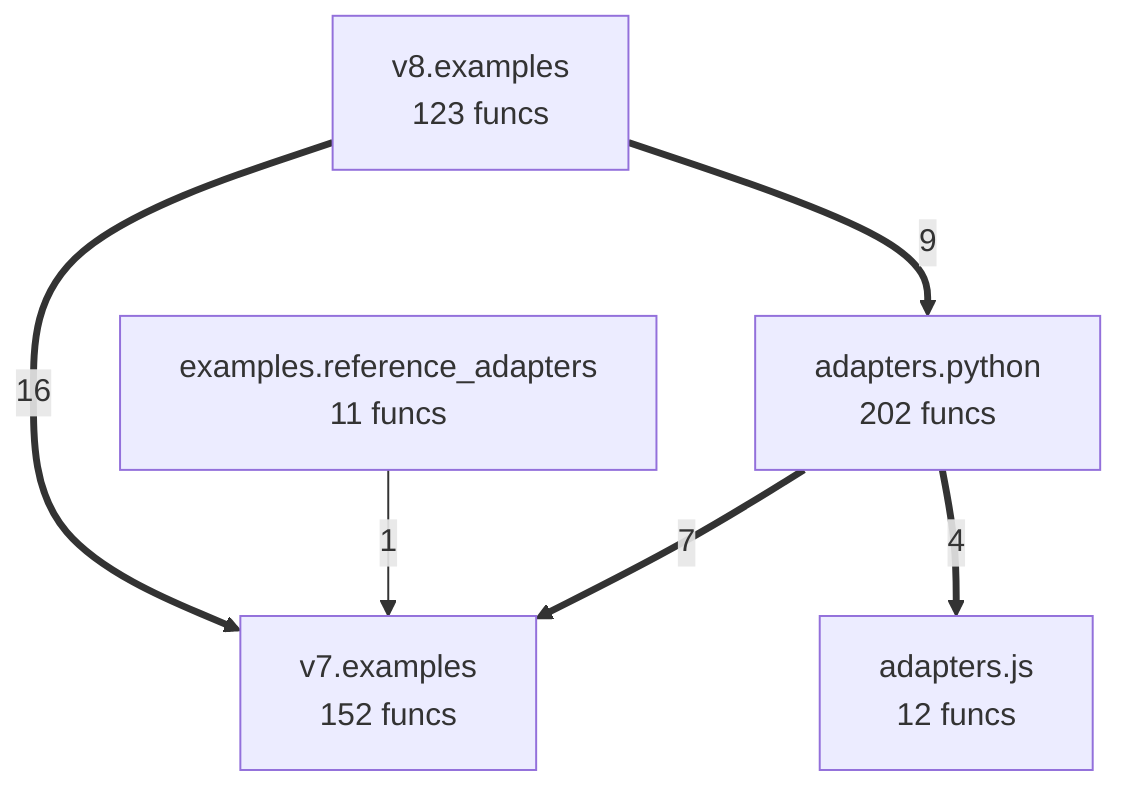
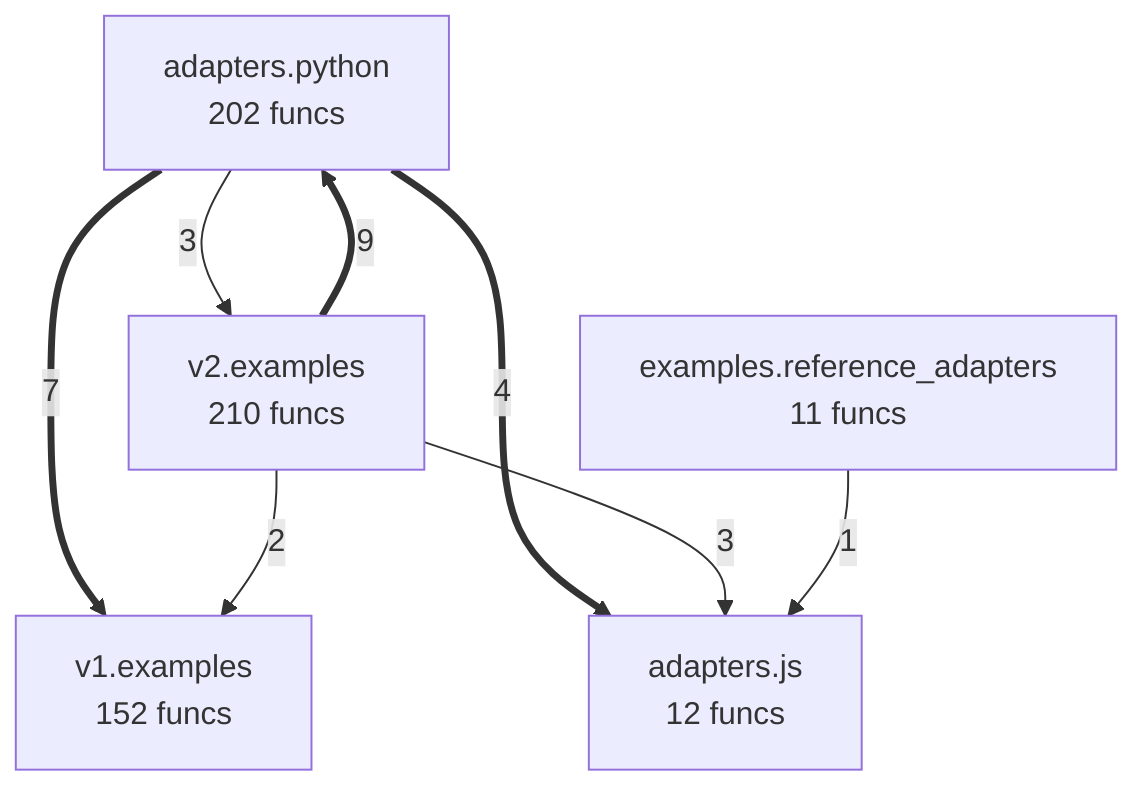
flowchart TD
%% generated in 0.01s
    adapters__js["adapters.js<br/>12 funcs"]
    adapters__python["adapters.python<br/>202 funcs"]
    examples__reference_adapters["examples.reference_adapters<br/>11 funcs"]
-     v7__examples["v7.examples<br/>152 funcs"]
-     v8__examples["v8.examples<br/>123 funcs"]
-     v8__examples ==>|16| v7__examples
-     v8__examples ==>|9| adapters__python
-     adapters__python ==>|7| v7__examples
+     v1__examples["v1.examples<br/>152 funcs"]
+     v2__examples["v2.examples<br/>210 funcs"]
+     v2__examples ==>|9| adapters__python
+     adapters__python ==>|7| v1__examples
    adapters__python ==>|4| adapters__js
-     examples__reference_adapters -->|1| v7__examples
+     adapters__python -->|3| v2__examples
+     v2__examples -->|3| adapters__js
+     v2__examples -->|2| v1__examples
+     examples__reference_adapters -->|1| adapters__js
